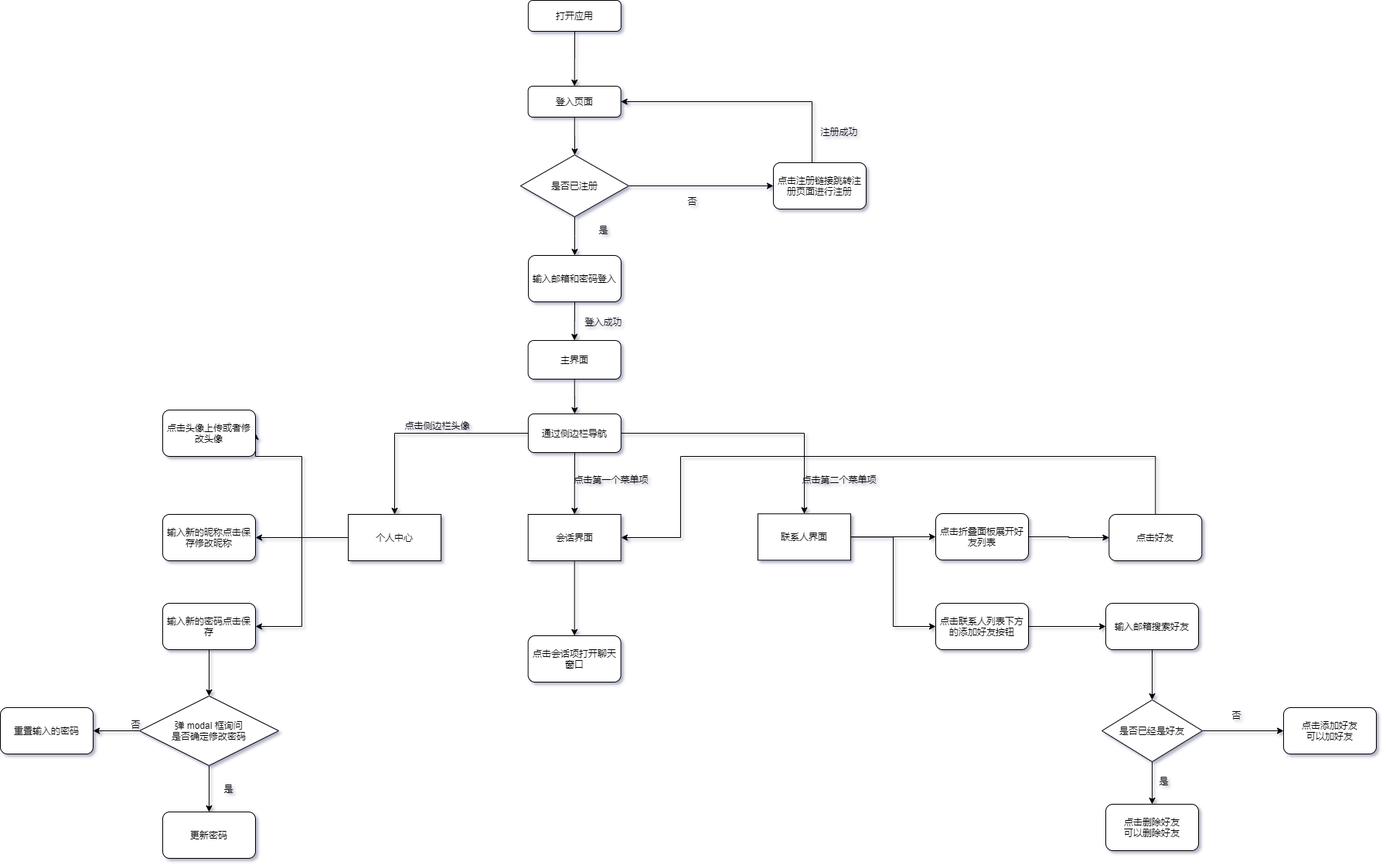
The draw.io diagram docs/images/front-end-interaction.png in tjx666/coo, before a commit. Source tidied: cells renumbered, new cells last; positions are measured from the earlier drawing's top-left corner, leaving out a move shared by most shapes.
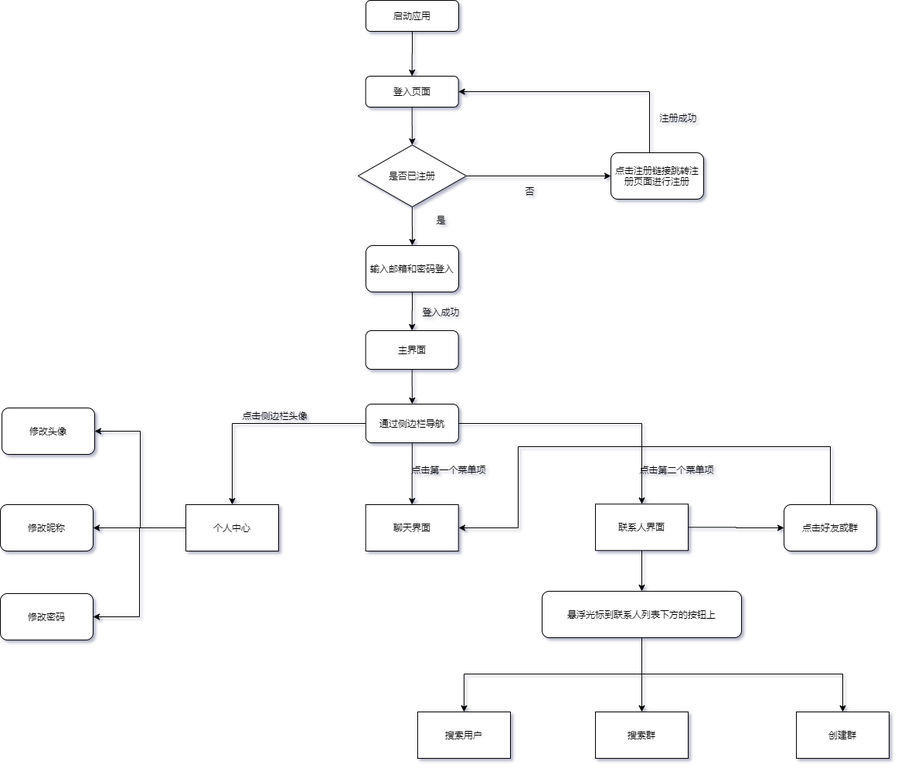
After the commit.

Diff of the diagram source:
```diff
@@ -36,21 +36,18 @@
     <mxCell id="11" style="edgeStyle=orthogonalEdgeStyle;rounded=0;jettySize=auto;html=1;" parent="1" edge="1" source="12" target="3">
       <mxGeometry relative="1" as="geometry" />
     </mxCell>
-    <mxCell id="12" value="打开应用" style="rounded=1;whiteSpace=wrap;html=1;" parent="1" vertex="1">
-      <mxGeometry x="682.9" width="120" height="40" as="geometry" />
+    <mxCell id="12" value="启动应用" style="rounded=1;whiteSpace=wrap;html=1;" parent="1" vertex="1">
+      <mxGeometry x="683" y="13" width="120" height="40" as="geometry" />
     </mxCell>
-    <mxCell id="13" style="edgeStyle=orthogonalEdgeStyle;rounded=0;jettySize=auto;html=1;" parent="1" edge="1" source="14" target="40">
-      <mxGeometry relative="1" as="geometry" />
-    </mxCell>
-    <mxCell id="14" value="会话界面" style="rounded=0;whiteSpace=wrap;html=1;" parent="1" vertex="1">
+    <mxCell id="14" value="聊天界面" style="rounded=0;whiteSpace=wrap;html=1;" parent="1" vertex="1">
       <mxGeometry x="682.7" y="665" width="120" height="60" as="geometry" />
     </mxCell>
-    <mxCell id="15" style="edgeStyle=orthogonalEdgeStyle;rounded=0;jettySize=auto;html=1;" parent="1" edge="1" source="17" target="42">
-      <mxGeometry relative="1" as="geometry" />
-    </mxCell>
-    <mxCell id="16" style="edgeStyle=orthogonalEdgeStyle;rounded=0;jettySize=auto;html=1;entryX=0;entryY=0.5;entryDx=0;entryDy=0;" parent="1" edge="1" source="17" target="46">
-      <mxGeometry relative="1" as="geometry" />
-    </mxCell>
+    <mxCell id="62" style="edgeStyle=orthogonalEdgeStyle;rounded=0;jettySize=auto;html=1;" parent="1" edge="1" source="17" target="44">
+      <mxGeometry relative="1" as="geometry" />
+    </mxCell>
+    <mxCell id="63" style="edgeStyle=orthogonalEdgeStyle;rounded=0;jettySize=auto;html=1;entryX=0.5;entryY=0;entryDx=0;entryDy=0;" parent="1" edge="1" source="17" target="67">
+      <mxGeometry relative="1" as="geometry" />
+    </mxCell>
     <mxCell id="17" value="联系人界面" style="rounded=0;whiteSpace=wrap;html=1;" parent="1" vertex="1">
       <mxGeometry x="980" y="664.3" width="120" height="60" as="geometry" />
     </mxCell>
@@ -66,20 +63,20 @@
     <mxCell id="21" value="通过侧边栏导航" style="rounded=1;whiteSpace=wrap;html=1;" parent="1" vertex="1">
       <mxGeometry x="682.9" y="535" width="120" height="50" as="geometry" />
     </mxCell>
-    <mxCell id="22" style="edgeStyle=orthogonalEdgeStyle;rounded=0;jettySize=auto;html=1;entryX=1;entryY=0.5;entryDx=0;entryDy=0;exitX=0;exitY=0.5;exitDx=0;exitDy=0;" parent="1" edge="1" source="25" target="29">
-      <mxGeometry relative="1" as="geometry">
-        <Array as="points">
-          <mxPoint x="390" y="695" />
-          <mxPoint x="390" y="590" />
-        </Array>
-      </mxGeometry>
-    </mxCell>
     <mxCell id="23" style="edgeStyle=orthogonalEdgeStyle;rounded=0;jettySize=auto;html=1;entryX=1;entryY=0.5;entryDx=0;entryDy=0;" parent="1" edge="1" source="25" target="32">
-      <mxGeometry relative="1" as="geometry" />
+      <mxGeometry relative="1" as="geometry">
+        <Array as="points">
+          <mxPoint x="390" y="695" />
+          <mxPoint x="390" y="810" />
+        </Array>
+      </mxGeometry>
     </mxCell>
     <mxCell id="24" style="edgeStyle=orthogonalEdgeStyle;rounded=0;jettySize=auto;html=1;entryX=1;entryY=0.5;entryDx=0;entryDy=0;" parent="1" edge="1" source="25" target="30">
       <mxGeometry relative="1" as="geometry" />
     </mxCell>
+    <mxCell id="22" style="edgeStyle=orthogonalEdgeStyle;rounded=0;jettySize=auto;html=1;entryX=1;entryY=0.5;entryDx=0;entryDy=0;" parent="1" edge="1" source="25" target="29">
+      <mxGeometry relative="1" as="geometry" />
+    </mxCell>
     <mxCell id="25" value="个人中心" style="rounded=0;whiteSpace=wrap;html=1;" parent="1" vertex="1">
       <mxGeometry x="450" y="665" width="120" height="60" as="geometry" />
     </mxCell>
@@ -92,94 +89,28 @@
     <mxCell id="28" value="点击第二个菜单项" style="text;html=1;align=center;verticalAlign=middle;" parent="1" vertex="1">
       <mxGeometry x="1030" y="610" width="110" height="20" as="geometry" />
     </mxCell>
-    <mxCell id="29" value="点击头像上传或者修改头像" style="rounded=1;whiteSpace=wrap;html=1;" parent="1" vertex="1">
-      <mxGeometry x="210" y="530" width="120" height="60" as="geometry" />
+    <mxCell id="29" value="修改头像" style="rounded=1;whiteSpace=wrap;html=1;" parent="1" vertex="1">
+      <mxGeometry x="212" y="540" width="120" height="60" as="geometry" />
     </mxCell>
-    <mxCell id="30" value="输入新的昵称点击保存修改昵称" style="rounded=1;whiteSpace=wrap;html=1;" parent="1" vertex="1">
+    <mxCell id="30" value="修改昵称" style="rounded=1;whiteSpace=wrap;html=1;" parent="1" vertex="1">
       <mxGeometry x="210" y="665" width="120" height="60" as="geometry" />
     </mxCell>
-    <mxCell id="31" style="edgeStyle=orthogonalEdgeStyle;rounded=0;jettySize=auto;html=1;entryX=0.5;entryY=0;entryDx=0;entryDy=0;" parent="1" edge="1" source="32" target="35">
-      <mxGeometry relative="1" as="geometry" />
-    </mxCell>
-    <mxCell id="32" value="输入新的密码点击保存" style="rounded=1;whiteSpace=wrap;html=1;" parent="1" vertex="1">
+    <mxCell id="32" value="修改密码" style="rounded=1;whiteSpace=wrap;html=1;" parent="1" vertex="1">
       <mxGeometry x="210" y="780" width="120" height="60" as="geometry" />
     </mxCell>
-    <mxCell id="33" style="edgeStyle=orthogonalEdgeStyle;rounded=0;jettySize=auto;html=1;" parent="1" edge="1" source="35" target="36">
-      <mxGeometry relative="1" as="geometry" />
-    </mxCell>
-    <mxCell id="34" style="edgeStyle=orthogonalEdgeStyle;rounded=0;jettySize=auto;html=1;entryX=1;entryY=0.5;entryDx=0;entryDy=0;" parent="1" edge="1" source="35" target="38">
-      <mxGeometry relative="1" as="geometry" />
-    </mxCell>
-    <mxCell id="35" value="&lt;span style=&quot;white-space: normal&quot;&gt;弹 modal 框询问&lt;br&gt;是否确定修改密码&lt;/span&gt;" style="rhombus;whiteSpace=wrap;html=1;" parent="1" vertex="1">
-      <mxGeometry x="180" y="900" width="180" height="90" as="geometry" />
-    </mxCell>
-    <mxCell id="36" value="更新密码" style="rounded=1;whiteSpace=wrap;html=1;" parent="1" vertex="1">
-      <mxGeometry x="210" y="1050" width="120" height="60" as="geometry" />
-    </mxCell>
-    <mxCell id="37" value="是" style="text;html=1;align=center;verticalAlign=middle;" parent="1" vertex="1">
-      <mxGeometry x="280" y="1010" width="30" height="20" as="geometry" />
-    </mxCell>
-    <mxCell id="38" value="重置输入的密码" style="rounded=1;whiteSpace=wrap;html=1;" parent="1" vertex="1">
-      <mxGeometry y="915" width="120" height="60" as="geometry" />
-    </mxCell>
-    <mxCell id="39" value="否" style="text;html=1;align=center;verticalAlign=middle;" parent="1" vertex="1">
-      <mxGeometry x="160" y="927" width="30" height="20" as="geometry" />
-    </mxCell>
-    <mxCell id="40" value="点击会话项打开聊天窗口" style="rounded=1;whiteSpace=wrap;html=1;" parent="1" vertex="1">
-      <mxGeometry x="682.7" y="822" width="120" height="60" as="geometry" />
-    </mxCell>
-    <mxCell id="41" style="edgeStyle=orthogonalEdgeStyle;rounded=0;jettySize=auto;html=1;" parent="1" edge="1" source="42" target="44">
-      <mxGeometry relative="1" as="geometry" />
-    </mxCell>
-    <mxCell id="42" value="点击折叠面板展开好友列表" style="rounded=1;whiteSpace=wrap;html=1;" parent="1" vertex="1">
-      <mxGeometry x="1210" y="664" width="120" height="60" as="geometry" />
-    </mxCell>
-    <mxCell id="43" style="edgeStyle=orthogonalEdgeStyle;rounded=0;jettySize=auto;html=1;" parent="1" edge="1" source="44">
+    <mxCell id="43" style="edgeStyle=orthogonalEdgeStyle;rounded=0;jettySize=auto;html=1;exitX=0.5;exitY=0;exitDx=0;exitDy=0;" parent="1" edge="1" source="44">
       <mxGeometry relative="1" as="geometry">
         <mxPoint x="803" y="695" as="targetPoint" />
         <Array as="points">
-          <mxPoint x="1494" y="590" />
+          <mxPoint x="1284" y="590" />
           <mxPoint x="880" y="590" />
           <mxPoint x="880" y="695" />
         </Array>
       </mxGeometry>
     </mxCell>
-    <mxCell id="44" value="点击好友" style="rounded=1;whiteSpace=wrap;html=1;" parent="1" vertex="1">
-      <mxGeometry x="1434.3" y="665" width="120" height="60" as="geometry" />
+    <mxCell id="44" value="点击好友或群" style="rounded=1;whiteSpace=wrap;html=1;" parent="1" vertex="1">
+      <mxGeometry x="1224" y="665" width="120" height="60" as="geometry" />
     </mxCell>
-    <mxCell id="45" style="edgeStyle=orthogonalEdgeStyle;rounded=0;jettySize=auto;html=1;" parent="1" edge="1" source="46" target="48">
-      <mxGeometry relative="1" as="geometry" />
-    </mxCell>
-    <mxCell id="46" value="点击联系人列表下方的添加好友按钮" style="rounded=1;whiteSpace=wrap;html=1;" parent="1" vertex="1">
-      <mxGeometry x="1210" y="780" width="120" height="60" as="geometry" />
-    </mxCell>
-    <mxCell id="47" style="edgeStyle=orthogonalEdgeStyle;rounded=0;jettySize=auto;html=1;entryX=0.5;entryY=0;entryDx=0;entryDy=0;" parent="1" edge="1" source="48" target="51">
-      <mxGeometry relative="1" as="geometry" />
-    </mxCell>
-    <mxCell id="48" value="输入邮箱搜索好友" style="rounded=1;whiteSpace=wrap;html=1;" parent="1" vertex="1">
-      <mxGeometry x="1430" y="780" width="120" height="60" as="geometry" />
-    </mxCell>
-    <mxCell id="49" style="edgeStyle=orthogonalEdgeStyle;rounded=0;jettySize=auto;html=1;entryX=0;entryY=0.5;entryDx=0;entryDy=0;" parent="1" edge="1" source="51" target="53">
-      <mxGeometry relative="1" as="geometry" />
-    </mxCell>
-    <mxCell id="50" style="edgeStyle=orthogonalEdgeStyle;rounded=0;jettySize=auto;html=1;entryX=0.5;entryY=0;entryDx=0;entryDy=0;" parent="1" edge="1" source="51" target="52">
-      <mxGeometry relative="1" as="geometry" />
-    </mxCell>
-    <mxCell id="51" value="是否已经是好友" style="rhombus;whiteSpace=wrap;html=1;" parent="1" vertex="1">
-      <mxGeometry x="1425" y="905" width="130" height="80" as="geometry" />
-    </mxCell>
-    <mxCell id="52" value="点击删除好友&lt;br&gt;可以删除好友" style="rounded=1;whiteSpace=wrap;html=1;" parent="1" vertex="1">
-      <mxGeometry x="1430" y="1040" width="120" height="60" as="geometry" />
-    </mxCell>
-    <mxCell id="53" value="点击添加好友&lt;br&gt;可以加好友" style="rounded=1;whiteSpace=wrap;html=1;" parent="1" vertex="1">
-      <mxGeometry x="1660" y="915" width="120" height="60" as="geometry" />
-    </mxCell>
-    <mxCell id="54" value="否" style="text;html=1;align=center;verticalAlign=middle;" parent="1" vertex="1">
-      <mxGeometry x="1584.3" y="915" width="30" height="20" as="geometry" />
-    </mxCell>
-    <mxCell id="55" value="是" style="text;html=1;align=center;verticalAlign=middle;" parent="1" vertex="1">
-      <mxGeometry x="1490" y="1000" width="30" height="20" as="geometry" />
-    </mxCell>
     <mxCell id="56" value="否" style="text;html=1;align=center;verticalAlign=middle;" parent="1" vertex="1">
       <mxGeometry x="880" y="250" width="30" height="20" as="geometry" />
     </mxCell>
@@ -196,7 +127,43 @@
       <mxGeometry x="750" y="406" width="60" height="20" as="geometry" />
     </mxCell>
     <mxCell id="61" value="注册成功" style="text;html=1;align=center;verticalAlign=middle;" parent="1" vertex="1">
-      <mxGeometry x="1055" y="160" width="60" height="20" as="geometry" />
+      <mxGeometry x="1057" y="155" width="60" height="20" as="geometry" />
     </mxCell>
+    <mxCell id="64" style="edgeStyle=orthogonalEdgeStyle;rounded=0;jettySize=auto;html=1;" parent="1" edge="1" source="67" target="69">
+      <mxGeometry relative="1" as="geometry">
+        <Array as="points">
+          <mxPoint x="1040" y="887" />
+          <mxPoint x="1040" y="887" />
+        </Array>
+      </mxGeometry>
+    </mxCell>
+    <mxCell id="65" style="edgeStyle=orthogonalEdgeStyle;rounded=0;jettySize=auto;html=1;entryX=0.5;entryY=0;entryDx=0;entryDy=0;" parent="1" edge="1" source="67" target="70">
+      <mxGeometry relative="1" as="geometry">
+        <Array as="points">
+          <mxPoint x="1040" y="884" />
+          <mxPoint x="1300" y="884" />
+        </Array>
+      </mxGeometry>
+    </mxCell>
+    <mxCell id="66" style="edgeStyle=orthogonalEdgeStyle;rounded=0;jettySize=auto;html=1;entryX=0.5;entryY=0;entryDx=0;entryDy=0;" parent="1" edge="1" source="67" target="68">
+      <mxGeometry relative="1" as="geometry">
+        <Array as="points">
+          <mxPoint x="1040" y="884" />
+          <mxPoint x="810" y="884" />
+        </Array>
+      </mxGeometry>
+    </mxCell>
+    <mxCell id="67" value="悬浮光标到联系人列表下方的按钮上" style="rounded=1;whiteSpace=wrap;html=1;" parent="1" vertex="1">
+      <mxGeometry x="911" y="777" width="258" height="60" as="geometry" />
+    </mxCell>
+    <mxCell id="68" value="搜索用户" style="rounded=0;whiteSpace=wrap;html=1;" parent="1" vertex="1">
+      <mxGeometry x="750" y="933" width="120" height="60" as="geometry" />
+    </mxCell>
+    <mxCell id="69" value="搜索群" style="rounded=0;whiteSpace=wrap;html=1;" parent="1" vertex="1">
+      <mxGeometry x="980" y="933" width="120" height="60" as="geometry" />
+    </mxCell>
+    <mxCell id="70" value="创建群" style="rounded=0;whiteSpace=wrap;html=1;" parent="1" vertex="1">
+      <mxGeometry x="1240" y="933" width="120" height="60" as="geometry" />
+    </mxCell>
   </root>
 </mxGraphModel>
```
